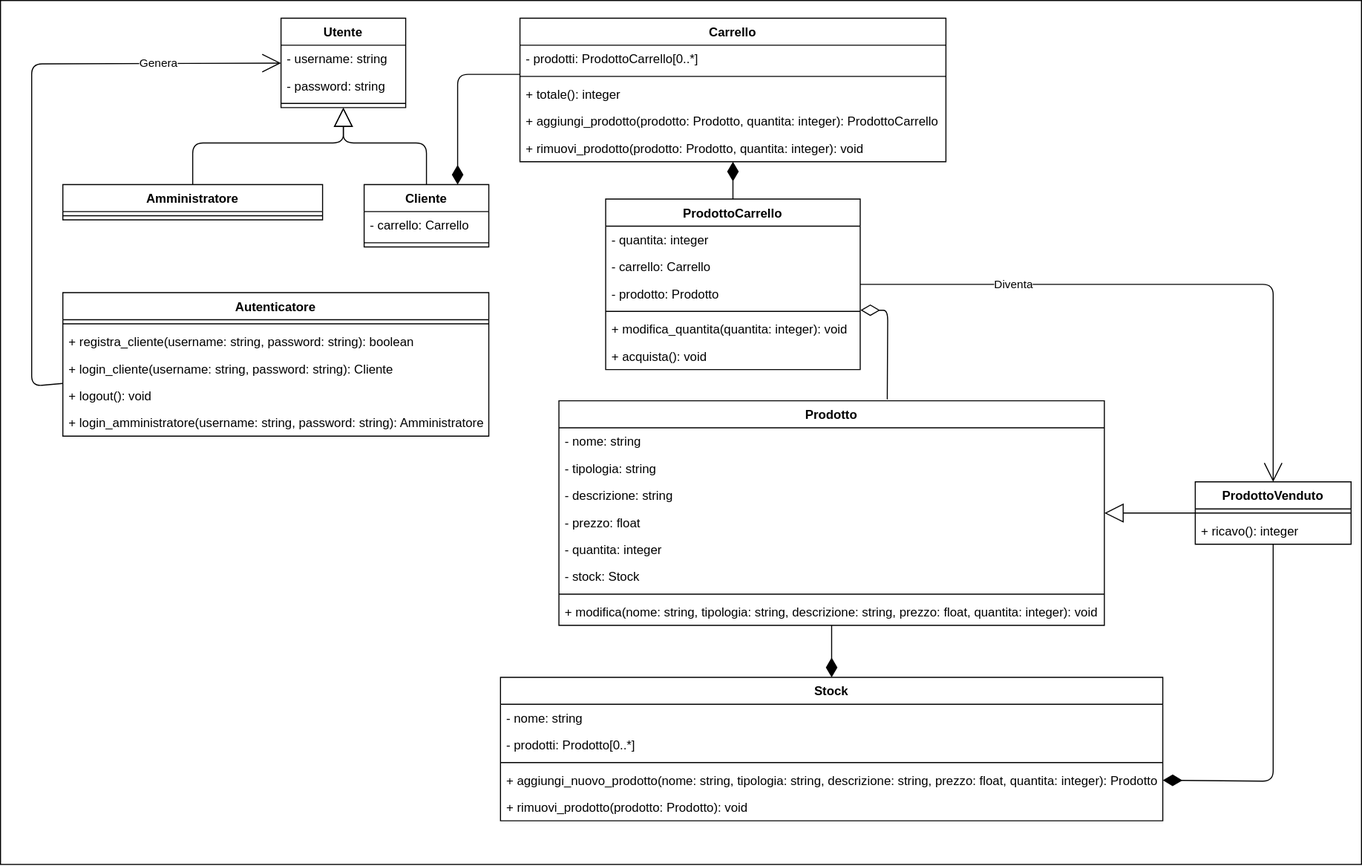
MickTK/ProgettoFinaleISW keeps this draw.io diagram as diagrammi/classi.drawio.svg. Above is the earlier version. Source tidied: cells renumbered, new cells last; positions are measured from the earlier drawing's top-left corner, leaving out a move shared by most shapes.
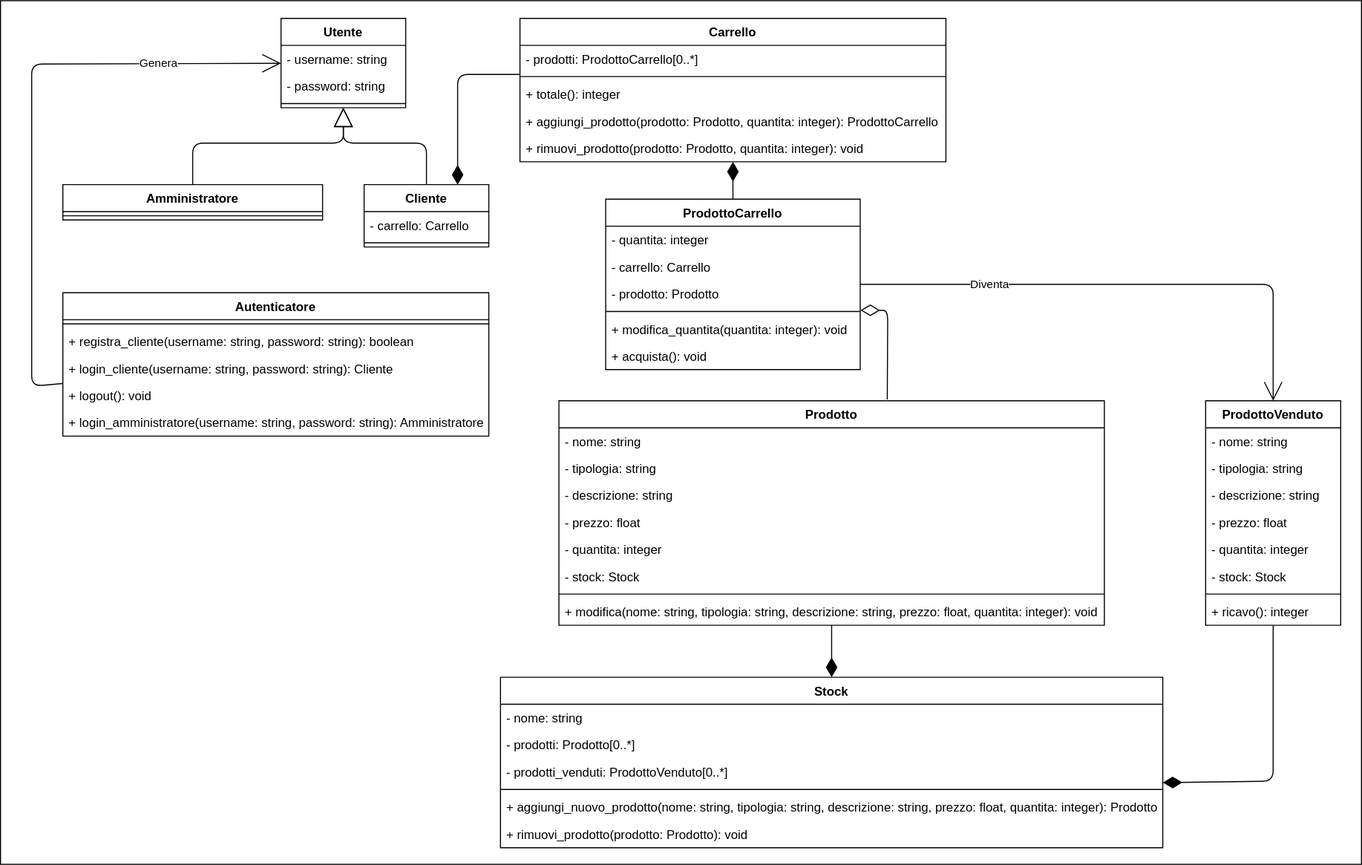
After the change.

What changed in the source:
```diff
@@ -150,20 +150,8 @@
     <mxCell id="44" value="+ login_amministratore(username: string, password: string): Amministratore" style="text;strokeColor=none;fillColor=none;align=left;verticalAlign=top;spacingLeft=4;spacingRight=4;overflow=hidden;" parent="39" vertex="1">
       <mxGeometry y="112" width="410" height="26" as="geometry" />
     </mxCell>
-    <mxCell id="45" value="ProdottoVenduto" style="swimlane;fontStyle=1;align=center;verticalAlign=top;horizontal=1;startSize=26;" parent="1" vertex="1">
-      <mxGeometry x="1150" y="463" width="150" height="60" as="geometry" />
-    </mxCell>
-    <mxCell id="46" style="line;strokeWidth=1;fillColor=none;align=left;verticalAlign=middle;spacingTop=-1;spacingLeft=3;spacingRight=3;labelPosition=right;strokeColor=inherit;" parent="45" vertex="1">
-      <mxGeometry y="26" width="150" height="8" as="geometry" />
-    </mxCell>
-    <mxCell id="47" value="+ ricavo(): integer" style="text;strokeColor=none;fillColor=none;align=left;verticalAlign=top;spacingLeft=4;spacingRight=4;overflow=hidden;" parent="45" vertex="1">
-      <mxGeometry y="34" width="150" height="26" as="geometry" />
-    </mxCell>
-    <mxCell id="48" style="endArrow=block;endSize=16;endFill=0;html=1;" parent="1" edge="1" source="45" target="19">
-      <mxGeometry relative="1" as="geometry" />
-    </mxCell>
     <mxCell id="49" value="Stock" style="swimlane;fontStyle=1;align=center;verticalAlign=top;horizontal=1;startSize=26;" parent="1" vertex="1">
-      <mxGeometry x="481.2" y="651" width="637.5" height="138" as="geometry" />
+      <mxGeometry x="481.2" y="651" width="637.5" height="164" as="geometry" />
     </mxCell>
     <mxCell id="50" value="- nome: string" style="text;strokeColor=none;fillColor=none;align=left;verticalAlign=top;spacingLeft=4;spacingRight=4;overflow=hidden;" parent="49" vertex="1">
       <mxGeometry y="26" width="637.5" height="26" as="geometry" />
@@ -171,14 +159,17 @@
     <mxCell id="51" value="- prodotti: Prodotto[0..*]" style="text;strokeColor=none;fillColor=none;align=left;verticalAlign=top;spacingLeft=4;spacingRight=4;overflow=hidden;" parent="49" vertex="1">
       <mxGeometry y="52" width="637.5" height="26" as="geometry" />
     </mxCell>
+    <mxCell id="61" value="- prodotti_venduti: ProdottoVenduto[0..*]" style="text;strokeColor=none;fillColor=none;align=left;verticalAlign=top;spacingLeft=4;spacingRight=4;overflow=hidden;points=[[0,0.5],[1,0.5]];portConstraint=eastwest;" parent="49" vertex="1">
+      <mxGeometry y="78" width="637.5" height="26" as="geometry" />
+    </mxCell>
     <mxCell id="52" style="line;strokeWidth=1;fillColor=none;align=left;verticalAlign=middle;spacingTop=-1;spacingLeft=3;spacingRight=3;labelPosition=right;strokeColor=inherit;" parent="49" vertex="1">
-      <mxGeometry y="78" width="637.5" height="8" as="geometry" />
+      <mxGeometry y="104" width="637.5" height="8" as="geometry" />
     </mxCell>
     <mxCell id="53" value="+ aggiungi_nuovo_prodotto(nome: string, tipologia: string, descrizione: string, prezzo: float, quantita: integer): Prodotto" style="text;strokeColor=none;fillColor=none;align=left;verticalAlign=top;spacingLeft=4;spacingRight=4;overflow=hidden;points=[[0,0.5],[1,0.5]];portConstraint=eastwest;" parent="49" vertex="1">
-      <mxGeometry y="86" width="637.5" height="26" as="geometry" />
+      <mxGeometry y="112" width="637.5" height="26" as="geometry" />
     </mxCell>
     <mxCell id="54" value="+ rimuovi_prodotto(prodotto: Prodotto): void" style="text;strokeColor=none;fillColor=none;align=left;verticalAlign=top;spacingLeft=4;spacingRight=4;overflow=hidden;" parent="49" vertex="1">
-      <mxGeometry y="112" width="637.5" height="26" as="geometry" />
+      <mxGeometry y="138" width="637.5" height="26" as="geometry" />
     </mxCell>
     <mxCell id="55" style="endArrow=diamondThin;html=1;endFill=1;startArrow=none;startFill=0;endSize=16;" parent="1" edge="1" source="19" target="49">
       <mxGeometry relative="1" as="geometry" />
@@ -195,7 +186,7 @@
         <mxPoint x="-22" y="-1" as="offset" />
       </mxGeometry>
     </mxCell>
-    <mxCell id="58" style="endArrow=diamondThin;html=1;endFill=1;startArrow=none;startFill=0;endSize=16;entryX=1;entryY=0.5;entryDx=0;entryDy=0;" parent="1" edge="1" source="45" target="53">
+    <mxCell id="58" style="endArrow=diamondThin;html=1;endFill=1;startArrow=none;startFill=0;endSize=16;entryX=1;entryY=0.899;entryDx=0;entryDy=0;entryPerimeter=0;" parent="1" edge="1" source="45" target="61">
       <mxGeometry relative="1" as="geometry">
         <Array as="points">
           <mxPoint x="1225" y="751" />
@@ -215,5 +206,32 @@
         <mxPoint x="-24" y="-1" as="offset" />
       </mxGeometry>
     </mxCell>
+    <mxCell id="45" value="ProdottoVenduto" style="swimlane;fontStyle=1;align=center;verticalAlign=top;horizontal=1;startSize=26;" parent="1" vertex="1">
+      <mxGeometry x="1160" y="385" width="130" height="216" as="geometry" />
+    </mxCell>
+    <mxCell id="62" value="- nome: string" style="text;strokeColor=none;fillColor=none;align=left;verticalAlign=top;spacingLeft=4;spacingRight=4;overflow=hidden;" parent="45" vertex="1">
+      <mxGeometry y="26" width="130" height="26" as="geometry" />
+    </mxCell>
+    <mxCell id="63" value="- tipologia: string" style="text;strokeColor=none;fillColor=none;align=left;verticalAlign=top;spacingLeft=4;spacingRight=4;overflow=hidden;" parent="45" vertex="1">
+      <mxGeometry y="52" width="130" height="26" as="geometry" />
+    </mxCell>
+    <mxCell id="64" value="- descrizione: string" style="text;strokeColor=none;fillColor=none;align=left;verticalAlign=top;spacingLeft=4;spacingRight=4;overflow=hidden;" parent="45" vertex="1">
+      <mxGeometry y="78" width="130" height="26" as="geometry" />
+    </mxCell>
+    <mxCell id="65" value="- prezzo: float" style="text;strokeColor=none;fillColor=none;align=left;verticalAlign=top;spacingLeft=4;spacingRight=4;overflow=hidden;" parent="45" vertex="1">
+      <mxGeometry y="104" width="130" height="26" as="geometry" />
+    </mxCell>
+    <mxCell id="66" value="- quantita: integer" style="text;strokeColor=none;fillColor=none;align=left;verticalAlign=top;spacingLeft=4;spacingRight=4;overflow=hidden;" parent="45" vertex="1">
+      <mxGeometry y="130" width="130" height="26" as="geometry" />
+    </mxCell>
+    <mxCell id="67" value="- stock: Stock" style="text;strokeColor=none;fillColor=none;align=left;verticalAlign=top;spacingLeft=4;spacingRight=4;overflow=hidden;" parent="45" vertex="1">
+      <mxGeometry y="156" width="130" height="26" as="geometry" />
+    </mxCell>
+    <mxCell id="68" style="line;strokeWidth=1;fillColor=none;align=left;verticalAlign=middle;spacingTop=-1;spacingLeft=3;spacingRight=3;labelPosition=right;strokeColor=inherit;" parent="45" vertex="1">
+      <mxGeometry y="182" width="130" height="8" as="geometry" />
+    </mxCell>
+    <mxCell id="47" value="+ ricavo(): integer" style="text;strokeColor=none;fillColor=none;align=left;verticalAlign=top;spacingLeft=4;spacingRight=4;overflow=hidden;" parent="45" vertex="1">
+      <mxGeometry y="190" width="130" height="26" as="geometry" />
+    </mxCell>
   </root>
 </mxGraphModel>
```
